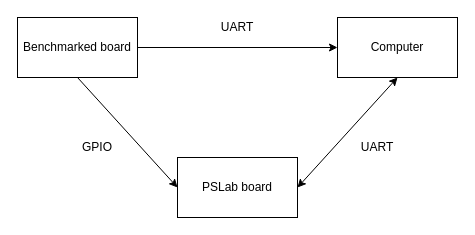
Before: assets/external-benchmarking-framework-schema.drawio in bench-os/thesis, a draw.io diagram. Source tidied: cells renumbered, new cells numbered last; positions are measured from the earlier drawing's top-left corner, leaving out a move shared by most shapes. Both pictures are drawn from the tidied source at 100%, with x=0, y=0 at pixel (17, 17).
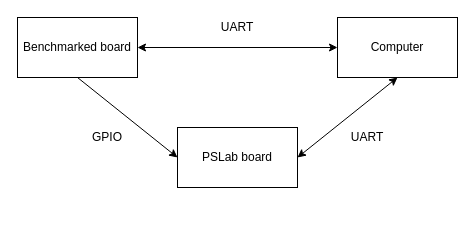
Above is the later version.

Diff of the diagram source:
```diff
@@
 <mxGraphModel>
   <root>
     <mxCell id="0" />
     <mxCell id="1" parent="0" />
     <mxCell id="2" value="Benchmarked board" style="rounded=0;whiteSpace=wrap;html=1;" parent="1" vertex="1">
       <mxGeometry width="120" height="60" as="geometry" />
     </mxCell>
     <mxCell id="3" value="PSLab board" style="rounded=0;whiteSpace=wrap;html=1;" parent="1" vertex="1">
-      <mxGeometry x="160" y="140" width="120" height="60" as="geometry" />
+      <mxGeometry x="160" y="110" width="120" height="60" as="geometry" />
     </mxCell>
     <mxCell id="4" value="Computer" style="rounded=0;whiteSpace=wrap;html=1;" parent="1" vertex="1">
       <mxGeometry x="320" width="120" height="60" as="geometry" />
     </mxCell>
     <mxCell id="5" style="endArrow=classic;startArrow=classic;html=1;exitX=1;exitY=0.5;exitDx=0;exitDy=0;entryX=0.5;entryY=1;entryDx=0;entryDy=0;" parent="1" edge="1" source="3" target="4">
       <mxGeometry relative="1" as="geometry" />
     </mxCell>
     <mxCell id="6" style="endArrow=classic;html=1;exitX=0.5;exitY=1;exitDx=0;exitDy=0;entryX=0;entryY=0.5;entryDx=0;entryDy=0;" parent="1" edge="1" source="2" target="3">
       <mxGeometry relative="1" as="geometry" />
     </mxCell>
-    <mxCell id="7" style="endArrow=classic;html=1;exitX=1;exitY=0.5;exitDx=0;exitDy=0;entryX=0;entryY=0.5;entryDx=0;entryDy=0;" parent="1" edge="1" source="2" target="4">
+    <mxCell id="7" style="endArrow=classic;html=1;exitX=1;exitY=0.5;exitDx=0;exitDy=0;entryX=0;entryY=0.5;entryDx=0;entryDy=0;startArrow=classic;startFill=1;" parent="1" edge="1" source="2" target="4">
       <mxGeometry relative="1" as="geometry" />
     </mxCell>
     <mxCell id="8" value="UART" style="text;html=1;strokeColor=none;fillColor=none;align=center;verticalAlign=middle;whiteSpace=wrap;rounded=0;" parent="1" vertex="1">
       <mxGeometry x="200" width="40" height="20" as="geometry" />
     </mxCell>
     <mxCell id="9" value="UART" style="text;html=1;strokeColor=none;fillColor=none;align=center;verticalAlign=middle;whiteSpace=wrap;rounded=0;" parent="1" vertex="1">
-      <mxGeometry x="340" y="120" width="40" height="20" as="geometry" />
+      <mxGeometry x="330" y="110" width="40" height="20" as="geometry" />
     </mxCell>
     <mxCell id="10" value="GPIO" style="text;html=1;strokeColor=none;fillColor=none;align=center;verticalAlign=middle;whiteSpace=wrap;rounded=0;" parent="1" vertex="1">
-      <mxGeometry x="60" y="120" width="40" height="20" as="geometry" />
+      <mxGeometry x="70" y="110" width="40" height="20" as="geometry" />
     </mxCell>
   </root>
 </mxGraphModel>
```
